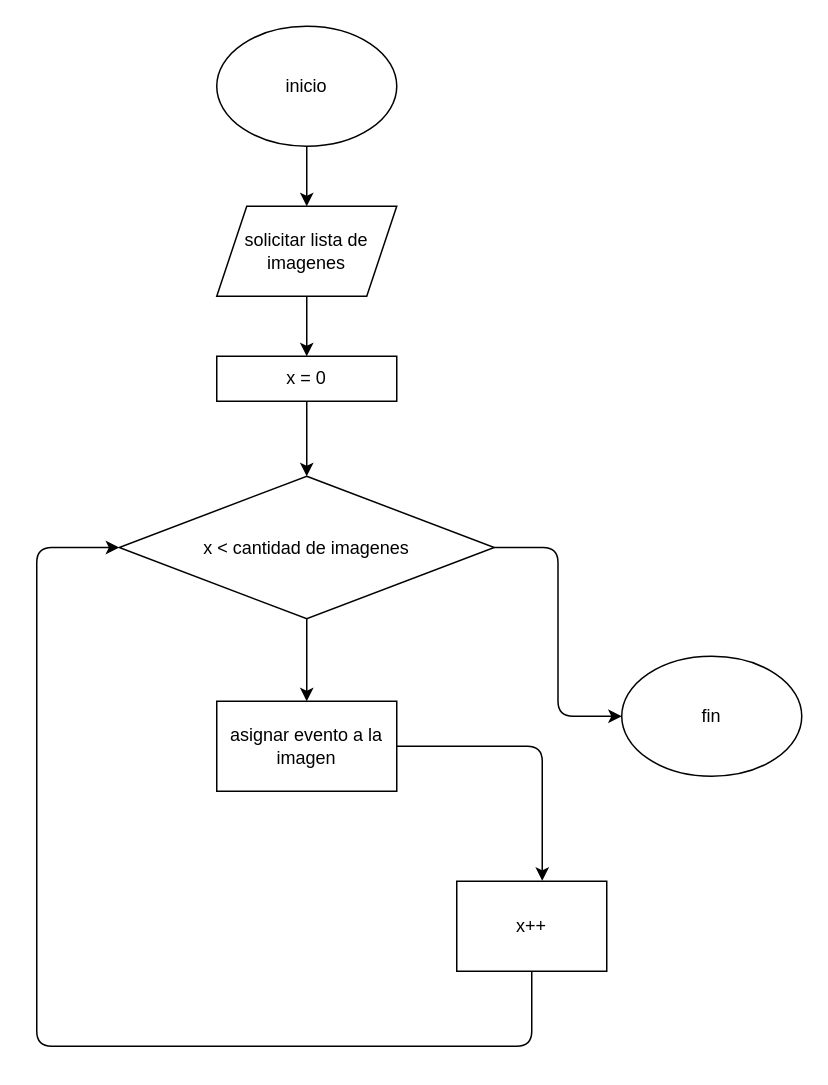
The draw.io diagram js/galeria/code.drawio in Blo2SonNT/Bootcamp_IBERO_BIT_PR7, before the edit. Source tidied: cells renumbered, new cells numbered last; positions are measured from the earlier drawing's top-left corner, leaving out a move shared by most shapes. Both pictures are drawn from the tidied source at 150%, with x=0, y=0 at pixel (36, 26).
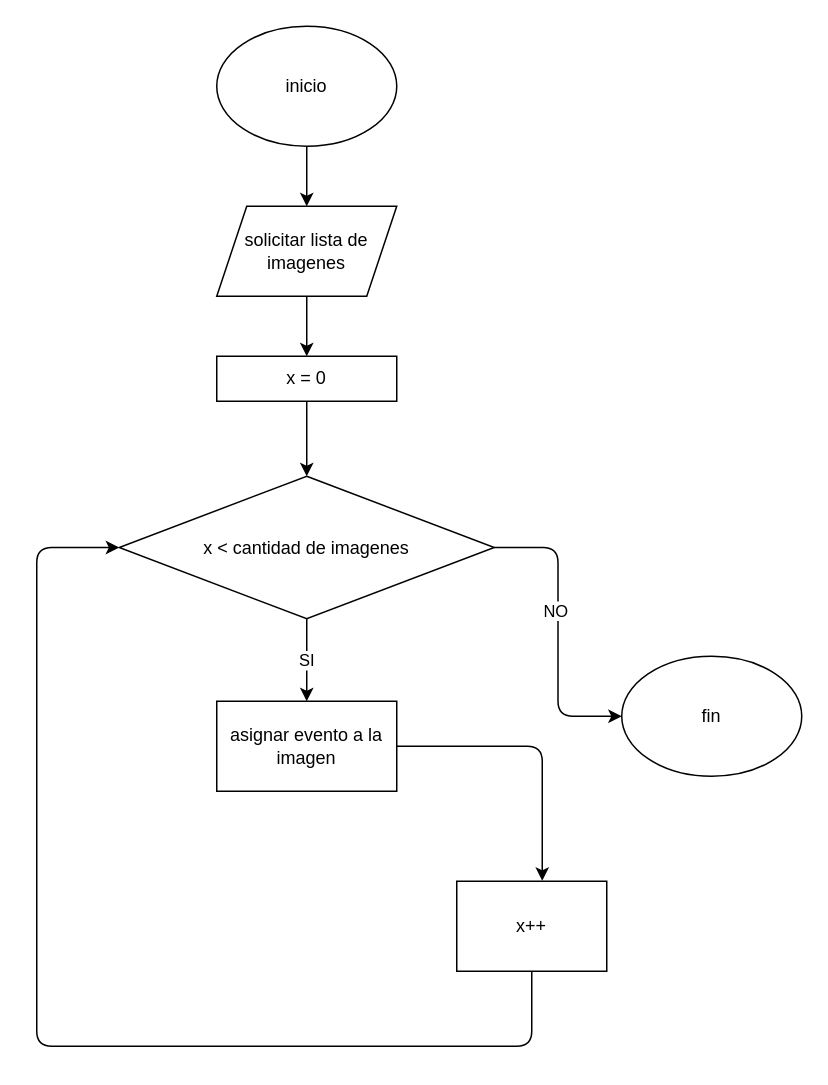
After the change.

Commit message:
[+] eventlistener, eventos por medio de js, funciones flecha, diagramas de flujo

The edit, as a diff of the source:
```diff
@@
 <mxGraphModel>
   <root>
     <mxCell id="0" />
     <mxCell id="1" parent="0" />
     <mxCell id="2" style="edgeStyle=none;html=1;entryX=0.5;entryY=0;entryDx=0;entryDy=0;" parent="1" edge="1" source="3" target="6">
       <mxGeometry relative="1" as="geometry" />
     </mxCell>
     <mxCell id="3" value="inicio" style="ellipse;whiteSpace=wrap;html=1;" parent="1" vertex="1">
       <mxGeometry x="120" width="120" height="80" as="geometry" />
     </mxCell>
     <mxCell id="4" value="fin" style="ellipse;whiteSpace=wrap;html=1;" parent="1" vertex="1">
       <mxGeometry x="390" y="420" width="120" height="80" as="geometry" />
     </mxCell>
     <mxCell id="5" style="edgeStyle=none;html=1;entryX=0.5;entryY=0;entryDx=0;entryDy=0;" parent="1" edge="1" source="6" target="8">
       <mxGeometry relative="1" as="geometry" />
     </mxCell>
     <mxCell id="6" value="solicitar lista de imagenes" style="shape=parallelogram;perimeter=parallelogramPerimeter;whiteSpace=wrap;html=1;fixedSize=1;" parent="1" vertex="1">
       <mxGeometry x="120" y="120" width="120" height="60" as="geometry" />
     </mxCell>
     <mxCell id="7" style="edgeStyle=none;html=1;entryX=0.5;entryY=0;entryDx=0;entryDy=0;" parent="1" edge="1" source="8" target="11">
       <mxGeometry relative="1" as="geometry" />
     </mxCell>
     <mxCell id="8" value="x = 0" style="rounded=0;whiteSpace=wrap;html=1;" parent="1" vertex="1">
       <mxGeometry x="120" y="220" width="120" height="30" as="geometry" />
     </mxCell>
-    <mxCell id="9" style="edgeStyle=orthogonalEdgeStyle;html=1;entryX=0.5;entryY=0;entryDx=0;entryDy=0;" parent="1" edge="1" source="11" target="15">
+    <mxCell id="9" value="SI" style="edgeStyle=orthogonalEdgeStyle;html=1;entryX=0.5;entryY=0;entryDx=0;entryDy=0;" parent="1" edge="1" source="11" target="15">
       <mxGeometry relative="1" as="geometry" />
     </mxCell>
     <mxCell id="10" style="edgeStyle=orthogonalEdgeStyle;html=1;entryX=0;entryY=0.5;entryDx=0;entryDy=0;" parent="1" edge="1" source="11" target="4">
       <mxGeometry relative="1" as="geometry" />
     </mxCell>
+    <mxCell id="16" value="NO" style="edgeLabel;html=1;align=center;verticalAlign=middle;" parent="10" vertex="1">
+      <mxGeometry x="-0.15" y="-2" relative="1" as="geometry" />
+    </mxCell>
     <mxCell id="11" value="x &amp;lt; cantidad de imagenes" style="rhombus;whiteSpace=wrap;html=1;" parent="1" vertex="1">
       <mxGeometry x="55" y="300" width="250" height="95" as="geometry" />
     </mxCell>
     <mxCell id="12" style="edgeStyle=orthogonalEdgeStyle;html=1;entryX=0;entryY=0.5;entryDx=0;entryDy=0;" parent="1" edge="1" source="13" target="11">
       <mxGeometry relative="1" as="geometry">
         <Array as="points">
           <mxPoint y="680" />
           <mxPoint y="348" />
         </Array>
       </mxGeometry>
     </mxCell>
     <mxCell id="13" value="x++" style="rounded=0;whiteSpace=wrap;html=1;" parent="1" vertex="1">
       <mxGeometry x="280" y="570" width="100" height="60" as="geometry" />
     </mxCell>
     <mxCell id="14" style="edgeStyle=orthogonalEdgeStyle;html=1;entryX=0.57;entryY=-0.005;entryDx=0;entryDy=0;entryPerimeter=0;" parent="1" edge="1" source="15" target="13">
       <mxGeometry relative="1" as="geometry" />
     </mxCell>
     <mxCell id="15" value="asignar evento a la imagen" style="rounded=0;whiteSpace=wrap;html=1;" parent="1" vertex="1">
       <mxGeometry x="120" y="450" width="120" height="60" as="geometry" />
     </mxCell>
   </root>
 </mxGraphModel>
```
